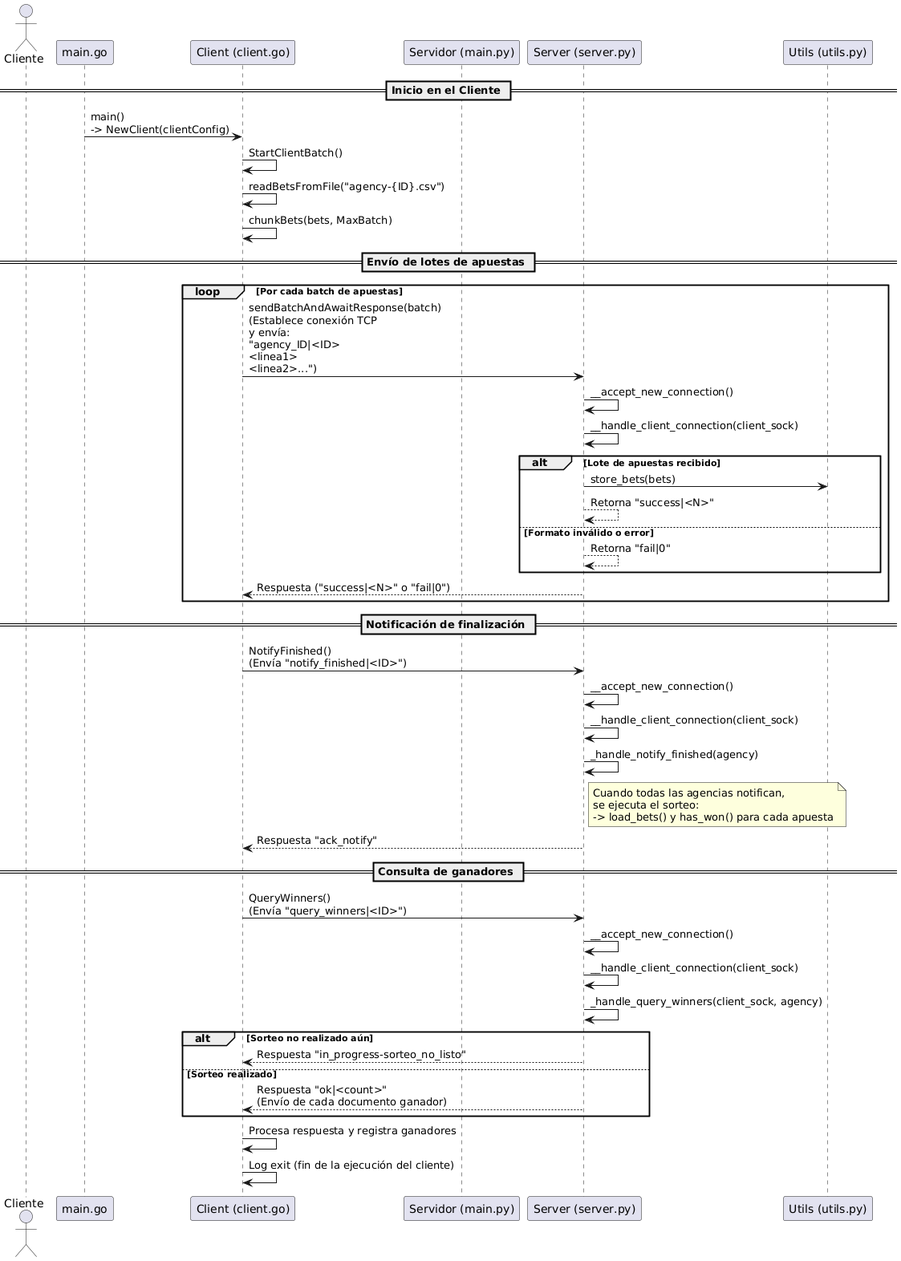
Before: Diagrama de secuencia.png, a diagram exported from PlantUML (fransobral/tp0-base).
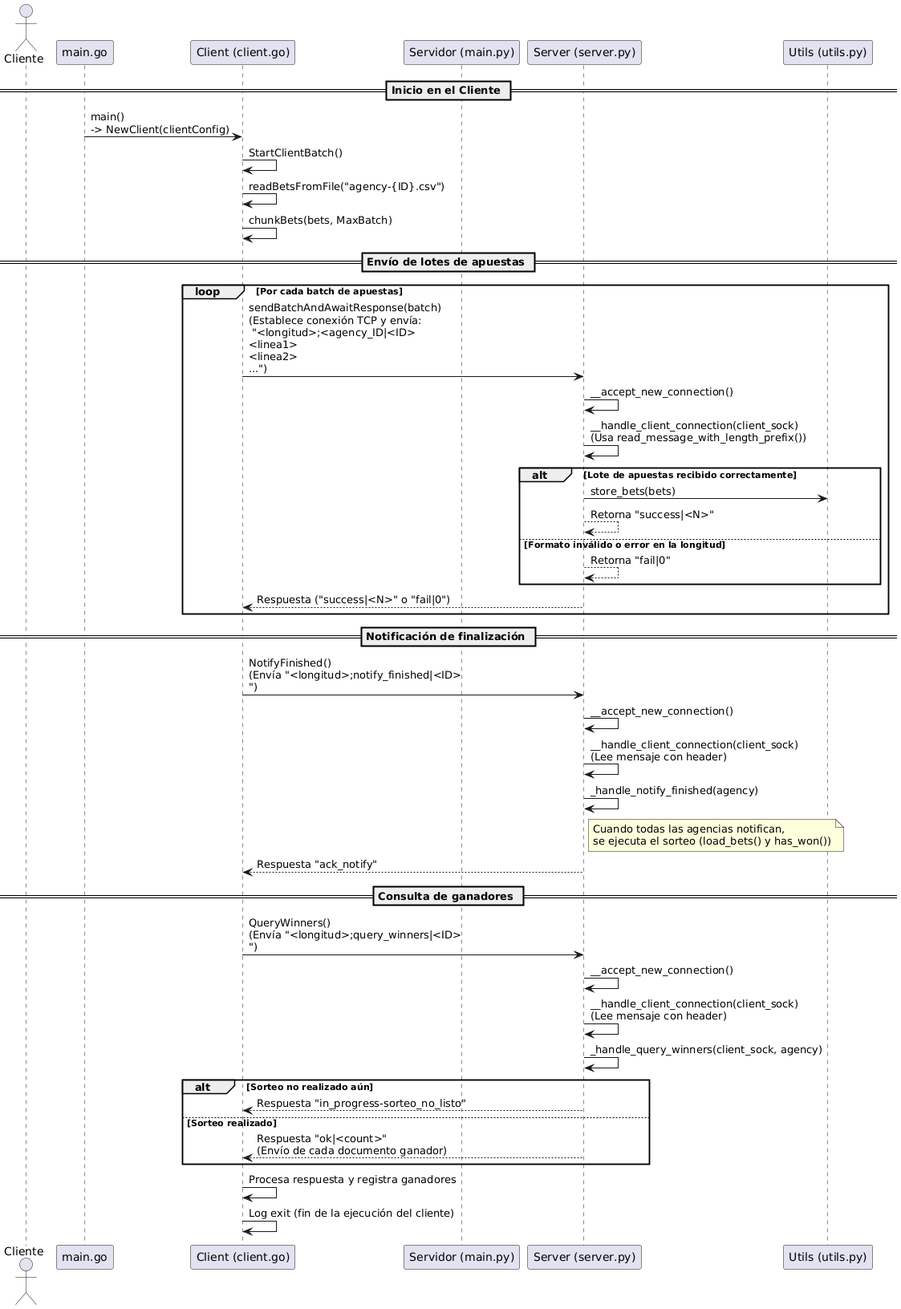
Later version of the same file.

Commit message:
Cambios finales

The edit, as a diff of the source:
```diff
@@ -14,30 +14,30 @@
 
 == Envío de lotes de apuestas ==
 loop Por cada batch de apuestas
-    ClientModule -> ServerModule: sendBatchAndAwaitResponse(batch)\n(Establece conexión TCP\ny envía:\n"agency_ID|<ID>\n<linea1>\n<linea2>...")
+    ClientModule -> ServerModule: sendBatchAndAwaitResponse(batch)\n(Establece conexión TCP y envía:\n "<longitud>;<agency_ID|<ID>\n<linea1>\n<linea2>\n...")
     ServerModule -> ServerModule: __accept_new_connection()
-    ServerModule -> ServerModule: __handle_client_connection(client_sock)
-    alt Lote de apuestas recibido
+    ServerModule -> ServerModule: __handle_client_connection(client_sock)\n(Usa read_message_with_length_prefix())
+    alt Lote de apuestas recibido correctamente
         ServerModule -> Utils: store_bets(bets)
         ServerModule --> ServerModule: Retorna "success|<N>"
-    else Formato inválido o error
+    else Formato inválido o error en la longitud
         ServerModule --> ServerModule: Retorna "fail|0"
     end
     ServerModule --> ClientModule: Respuesta ("success|<N>" o "fail|0")
 end
 
 == Notificación de finalización ==
-ClientModule -> ServerModule: NotifyFinished()\n(Envía "notify_finished|<ID>")
+ClientModule -> ServerModule: NotifyFinished()\n(Envía "<longitud>;notify_finished|<ID>\n")
 ServerModule -> ServerModule: __accept_new_connection()
-ServerModule -> ServerModule: __handle_client_connection(client_sock)
+ServerModule -> ServerModule: __handle_client_connection(client_sock)\n(Lee mensaje con header)
 ServerModule -> ServerModule: _handle_notify_finished(agency)
-note right of ServerModule: Cuando todas las agencias notifican,\nse ejecuta el sorteo:\n-> load_bets() y has_won() para cada apuesta
+note right of ServerModule: Cuando todas las agencias notifican,\nse ejecuta el sorteo (load_bets() y has_won())
 ServerModule --> ClientModule: Respuesta "ack_notify"
 
 == Consulta de ganadores ==
-ClientModule -> ServerModule: QueryWinners()\n(Envía "query_winners|<ID>")
+ClientModule -> ServerModule: QueryWinners()\n(Envía "<longitud>;query_winners|<ID>\n")
 ServerModule -> ServerModule: __accept_new_connection()
-ServerModule -> ServerModule: __handle_client_connection(client_sock)
+ServerModule -> ServerModule: __handle_client_connection(client_sock)\n(Lee mensaje con header)
 ServerModule -> ServerModule: _handle_query_winners(client_sock, agency)
 alt Sorteo no realizado aún
     ServerModule --> ClientModule: Respuesta "in_progress-sorteo_no_listo"
```
